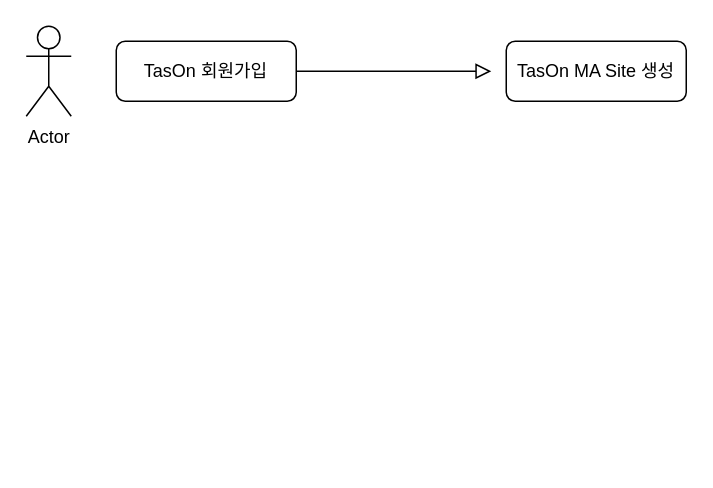
Above: Tason회원가입.drawio in jaero0725/draw_io (draw.io), before the change. Source tidied: cells renumbered, new cells numbered last; positions are measured from the earlier drawing's top-left corner, leaving out a move shared by most shapes. Both pictures are drawn from the tidied source at 150%, with x=0, y=0 at pixel (26, 26).
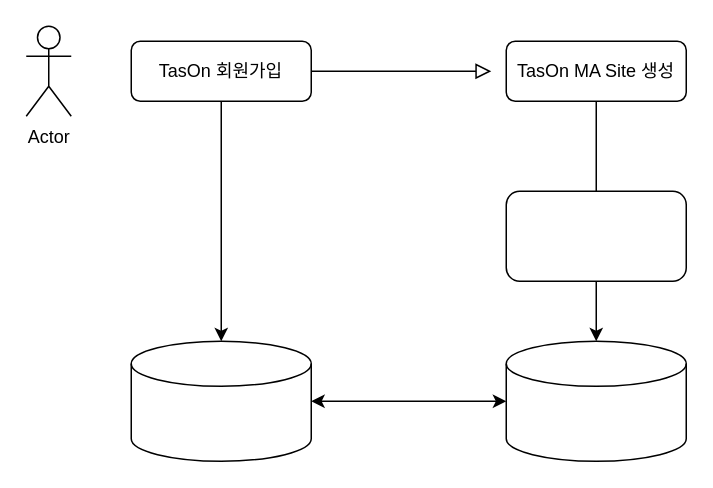
Above is the later version.

Commit message (it also covers changes not shown here):
Tason회원가입.drawio 업데이트

What changed in the source:
```diff
@@
 <mxGraphModel>
   <root>
     <mxCell id="0" />
     <mxCell id="1" parent="0" />
     <mxCell id="2" value="Actor" style="shape=umlActor;verticalLabelPosition=bottom;verticalAlign=top;html=1;" parent="1" vertex="1">
       <mxGeometry width="30" height="60" as="geometry" />
     </mxCell>
     <mxCell id="3" style="rounded=0;html=1;jettySize=auto;fontSize=11;endArrow=block;endFill=0;endSize=8;strokeWidth=1;shadow=0;labelBackgroundColor=none;edgeStyle=orthogonalEdgeStyle;fontColor=default;" parent="1" edge="1" source="4">
       <mxGeometry relative="1" as="geometry">
         <mxPoint x="310" y="30" as="targetPoint" />
       </mxGeometry>
     </mxCell>
     <mxCell id="4" value="TasOn 회원가입" style="rounded=1;whiteSpace=wrap;html=1;fontSize=12;glass=0;strokeWidth=1;shadow=0;labelBackgroundColor=none;" parent="1" vertex="1">
-      <mxGeometry x="60" y="10" width="120" height="40" as="geometry" />
+      <mxGeometry x="70" y="10" width="120" height="40" as="geometry" />
     </mxCell>
     <mxCell id="5" value="TasOn MA Site 생성" style="rounded=1;whiteSpace=wrap;html=1;fontSize=12;glass=0;strokeWidth=1;shadow=0;labelBackgroundColor=none;" parent="1" vertex="1">
       <mxGeometry x="320" y="10" width="120" height="40" as="geometry" />
     </mxCell>
+    <mxCell id="6" style="endArrow=classic;html=1;rounded=0;" parent="1" edge="1" target="7">
+      <mxGeometry relative="1" as="geometry">
+        <mxPoint x="130" y="50" as="sourcePoint" />
+      </mxGeometry>
+    </mxCell>
+    <mxCell id="7" style="shape=cylinder3;whiteSpace=wrap;html=1;boundedLbl=1;backgroundOutline=1;size=15;" parent="1" vertex="1">
+      <mxGeometry x="70" y="210" width="120" height="80" as="geometry" />
+    </mxCell>
+    <mxCell id="8" style="endArrow=classic;html=1;rounded=0;" parent="1" edge="1" target="9">
+      <mxGeometry relative="1" as="geometry">
+        <mxPoint x="380" y="50" as="sourcePoint" />
+      </mxGeometry>
+    </mxCell>
+    <mxCell id="9" style="shape=cylinder3;whiteSpace=wrap;html=1;boundedLbl=1;backgroundOutline=1;size=15;" parent="1" vertex="1">
+      <mxGeometry x="320" y="210" width="120" height="80" as="geometry" />
+    </mxCell>
+    <mxCell id="10" style="rounded=1;whiteSpace=wrap;html=1;" parent="1" vertex="1">
+      <mxGeometry x="320" y="110" width="120" height="60" as="geometry" />
+    </mxCell>
+    <mxCell id="11" style="endArrow=classic;startArrow=classic;html=1;rounded=0;entryX=0;entryY=0.5;entryDx=0;entryDy=0;entryPerimeter=0;exitX=1;exitY=0.5;exitDx=0;exitDy=0;exitPerimeter=0;" parent="1" edge="1" source="7" target="9">
+      <mxGeometry relative="1" as="geometry" />
+    </mxCell>
   </root>
 </mxGraphModel>
```
